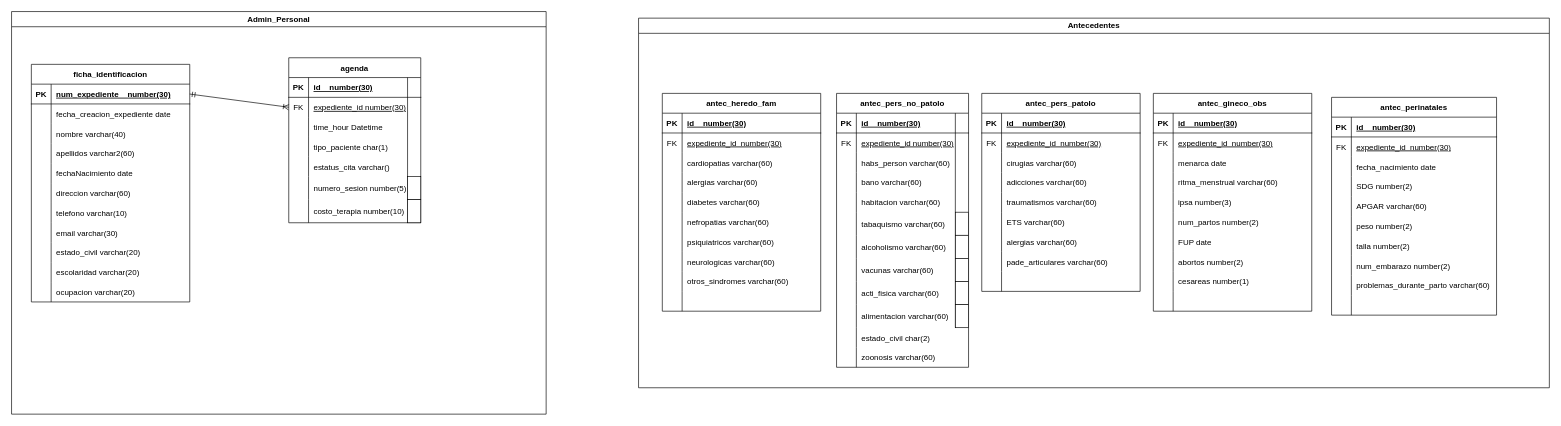
Earlier version of the draw.io diagram diagramas.drawio (amaya7398/sistema-clinico-microservicios). Source tidied: cells renumbered, new cells numbered last; positions are measured from the earlier drawing's top-left corner, leaving out a move shared by most shapes. Both pictures are drawn from the tidied source at 66%, with x=0, y=0 at pixel (11, 11).
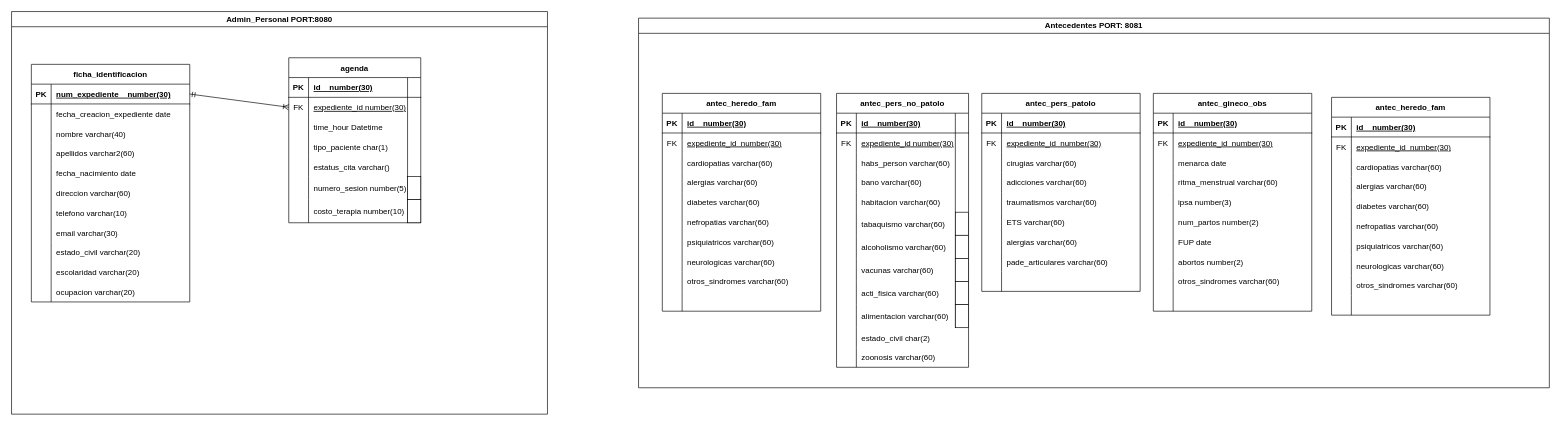
Above is the later version.

The change refers to these unchanged cells:
```xml
<mxCell id="16" style="shape=tableRow;horizontal=0;startSize=0;swimlaneHead=0;swimlaneBody=0;fillColor=none;top=0;left=0;right=0;bottom=0;" parent="3" vertex="1">
  <mxGeometry y="150" width="240" height="30" as="geometry" />
</mxCell>
<mxCell id="220" style="shape=tableRow;horizontal=0;startSize=0;swimlaneHead=0;swimlaneBody=0;fillColor=none;top=0;left=0;right=0;bottom=0;" parent="195" vertex="1">
  <mxGeometry y="270" width="240" height="30" as="geometry" />
</mxCell>
```

Change to the diagram source:
```diff
@@
-    <mxCell id="2" value="Admin_Personal" style="swimlane;whiteSpace=wrap;html=1;" parent="1" vertex="1">
-      <mxGeometry width="810" height="610" as="geometry" />
+    <mxCell id="2" value="Admin_Personal PORT:8080" style="swimlane;whiteSpace=wrap;html=1;" parent="1" vertex="1">
+      <mxGeometry width="812" height="610" as="geometry" />
     </mxCell>
@@
-    <mxCell id="18" value="fechaNacimiento date" style="shape=partialRectangle;fillColor=none;top=0;left=0;bottom=0;right=0;align=left;spacingLeft=6;overflow=hidden;" parent="16" vertex="1">
+    <mxCell id="18" value="fecha_nacimiento date" style="shape=partialRectangle;fillColor=none;top=0;left=0;bottom=0;right=0;align=left;spacingLeft=6;overflow=hidden;" parent="16" vertex="1">
       <mxGeometry x="30" width="210" height="30" as="geometry" />
     </mxCell>
@@
-    <mxCell id="62" value="Antecedentes" style="swimlane;whiteSpace=wrap;html=1;" parent="1" vertex="1">
+    <mxCell id="62" value="Antecedentes PORT: 8081" style="swimlane;whiteSpace=wrap;html=1;" parent="1" vertex="1">
       <mxGeometry x="950" y="10" width="1380" height="560" as="geometry" />
     </mxCell>
@@
-    <mxCell id="164" value="antec_perinatales" style="shape=table;startSize=30;childLayout=tableLayout;rowLines=0;fontStyle=1;align=center;" parent="62" vertex="1">
-      <mxGeometry x="1050" y="120" width="250" height="330" as="geometry" />
+    <mxCell id="164" value="antec_heredo_fam" style="shape=table;startSize=30;childLayout=tableLayout;rowLines=0;fontStyle=1;align=center;" parent="62" vertex="1">
+      <mxGeometry x="1050" y="120" width="240" height="330" as="geometry" />
     </mxCell>
     <mxCell id="165" style="shape=tableRow;horizontal=0;startSize=0;swimlaneHead=0;swimlaneBody=0;fillColor=none;top=0;left=0;right=0;bottom=1;" parent="164" vertex="1">
-      <mxGeometry y="30" width="250" height="30" as="geometry" />
+      <mxGeometry y="30" width="240" height="30" as="geometry" />
     </mxCell>
@@
     <mxCell id="167" value="id    number(30)" style="shape=partialRectangle;fillColor=none;top=0;left=0;bottom=0;right=0;align=left;spacingLeft=6;fontStyle=5;overflow=hidden;" parent="165" vertex="1">
-      <mxGeometry x="30" width="220" height="30" as="geometry" />
+      <mxGeometry x="30" width="210" height="30" as="geometry" />
     </mxCell>
     <mxCell id="168" style="shape=tableRow;horizontal=0;startSize=0;swimlaneHead=0;swimlaneBody=0;fillColor=none;top=0;left=0;right=0;bottom=0;" parent="164" vertex="1">
-      <mxGeometry y="60" width="250" height="30" as="geometry" />
+      <mxGeometry y="60" width="240" height="30" as="geometry" />
     </mxCell>
@@
     <mxCell id="170" value="expediente_id  number(30)" style="shape=partialRectangle;fillColor=none;top=0;left=0;bottom=0;right=0;align=left;spacingLeft=6;overflow=hidden;fontStyle=4;" parent="168" vertex="1">
-      <mxGeometry x="30" width="220" height="30" as="geometry" />
+      <mxGeometry x="30" width="210" height="30" as="geometry" />
     </mxCell>
     <mxCell id="171" style="shape=tableRow;horizontal=0;startSize=0;swimlaneHead=0;swimlaneBody=0;fillColor=none;top=0;left=0;right=0;bottom=0;" parent="164" vertex="1">
-      <mxGeometry y="90" width="250" height="30" as="geometry" />
+      <mxGeometry y="90" width="240" height="30" as="geometry" />
     </mxCell>
@@
-    <mxCell id="173" value="fecha_nacimiento date" style="shape=partialRectangle;fillColor=none;top=0;left=0;bottom=0;right=0;align=left;spacingLeft=6;overflow=hidden;" parent="171" vertex="1">
-      <mxGeometry x="30" width="220" height="30" as="geometry" />
+    <mxCell id="173" value="cardiopatias varchar(60)" style="shape=partialRectangle;fillColor=none;top=0;left=0;bottom=0;right=0;align=left;spacingLeft=6;overflow=hidden;" parent="171" vertex="1">
+      <mxGeometry x="30" width="210" height="30" as="geometry" />
     </mxCell>
     <mxCell id="174" style="shape=tableRow;horizontal=0;startSize=0;swimlaneHead=0;swimlaneBody=0;fillColor=none;top=0;left=0;right=0;bottom=0;" parent="164" vertex="1">
-      <mxGeometry y="120" width="250" height="30" as="geometry" />
+      <mxGeometry y="120" width="240" height="30" as="geometry" />
     </mxCell>
@@
-    <mxCell id="176" value="SDG number(2)" style="shape=partialRectangle;fillColor=none;top=0;left=0;bottom=0;right=0;align=left;spacingLeft=6;overflow=hidden;" parent="174" vertex="1">
-      <mxGeometry x="30" width="220" height="30" as="geometry" />
+    <mxCell id="176" value="alergias varchar(60)" style="shape=partialRectangle;fillColor=none;top=0;left=0;bottom=0;right=0;align=left;spacingLeft=6;overflow=hidden;" parent="174" vertex="1">
+      <mxGeometry x="30" width="210" height="30" as="geometry" />
     </mxCell>
     <mxCell id="177" style="shape=tableRow;horizontal=0;startSize=0;swimlaneHead=0;swimlaneBody=0;fillColor=none;top=0;left=0;right=0;bottom=0;" parent="164" vertex="1">
-      <mxGeometry y="150" width="250" height="30" as="geometry" />
+      <mxGeometry y="150" width="240" height="30" as="geometry" />
     </mxCell>
@@
-    <mxCell id="179" value="APGAR varchar(60)" style="shape=partialRectangle;fillColor=none;top=0;left=0;bottom=0;right=0;align=left;spacingLeft=6;overflow=hidden;" parent="177" vertex="1">
-      <mxGeometry x="30" width="220" height="30" as="geometry" />
+    <mxCell id="179" value="diabetes varchar(60)" style="shape=partialRectangle;fillColor=none;top=0;left=0;bottom=0;right=0;align=left;spacingLeft=6;overflow=hidden;" parent="177" vertex="1">
+      <mxGeometry x="30" width="210" height="30" as="geometry" />
     </mxCell>
     <mxCell id="180" style="shape=tableRow;horizontal=0;startSize=0;swimlaneHead=0;swimlaneBody=0;fillColor=none;top=0;left=0;right=0;bottom=0;" parent="164" vertex="1">
-      <mxGeometry y="180" width="250" height="30" as="geometry" />
+      <mxGeometry y="180" width="240" height="30" as="geometry" />
     </mxCell>
@@
-    <mxCell id="182" value="peso number(2)" style="shape=partialRectangle;fillColor=none;top=0;left=0;bottom=0;right=0;align=left;spacingLeft=6;overflow=hidden;" parent="180" vertex="1">
-      <mxGeometry x="30" width="220" height="30" as="geometry" />
+    <mxCell id="182" value="nefropatias varchar(60)" style="shape=partialRectangle;fillColor=none;top=0;left=0;bottom=0;right=0;align=left;spacingLeft=6;overflow=hidden;" parent="180" vertex="1">
+      <mxGeometry x="30" width="210" height="30" as="geometry" />
     </mxCell>
     <mxCell id="183" style="shape=tableRow;horizontal=0;startSize=0;swimlaneHead=0;swimlaneBody=0;fillColor=none;top=0;left=0;right=0;bottom=0;" parent="164" vertex="1">
-      <mxGeometry y="210" width="250" height="30" as="geometry" />
+      <mxGeometry y="210" width="240" height="30" as="geometry" />
     </mxCell>
@@
-    <mxCell id="185" value="talla number(2)" style="shape=partialRectangle;fillColor=none;top=0;left=0;bottom=0;right=0;align=left;spacingLeft=6;overflow=hidden;fontStyle=0;" parent="183" vertex="1">
-      <mxGeometry x="30" width="220" height="30" as="geometry" />
+    <mxCell id="185" value="psiquiatricos varchar(60)" style="shape=partialRectangle;fillColor=none;top=0;left=0;bottom=0;right=0;align=left;spacingLeft=6;overflow=hidden;fontStyle=0;" parent="183" vertex="1">
+      <mxGeometry x="30" width="210" height="30" as="geometry" />
     </mxCell>
     <mxCell id="186" style="shape=tableRow;horizontal=0;startSize=0;swimlaneHead=0;swimlaneBody=0;fillColor=none;top=0;left=0;right=0;bottom=0;" parent="164" vertex="1">
-      <mxGeometry y="240" width="250" height="30" as="geometry" />
+      <mxGeometry y="240" width="240" height="30" as="geometry" />
     </mxCell>
@@
-    <mxCell id="188" value="num_embarazo number(2)" style="shape=partialRectangle;fillColor=none;top=0;left=0;bottom=0;right=0;align=left;spacingLeft=6;overflow=hidden;fontStyle=0;" parent="186" vertex="1">
-      <mxGeometry x="30" width="220" height="30" as="geometry" />
+    <mxCell id="188" value="neurologicas varchar(60)" style="shape=partialRectangle;fillColor=none;top=0;left=0;bottom=0;right=0;align=left;spacingLeft=6;overflow=hidden;fontStyle=0;" parent="186" vertex="1">
+      <mxGeometry x="30" width="210" height="30" as="geometry" />
     </mxCell>
     <mxCell id="189" style="shape=tableRow;horizontal=0;startSize=0;swimlaneHead=0;swimlaneBody=0;fillColor=none;top=0;left=0;right=0;bottom=0;" parent="164" vertex="1">
-      <mxGeometry y="270" width="250" height="30" as="geometry" />
+      <mxGeometry y="270" width="240" height="30" as="geometry" />
     </mxCell>
@@
-    <mxCell id="191" value="problemas_durante_parto varchar(60)" style="shape=partialRectangle;fillColor=none;top=0;left=0;bottom=0;right=0;align=left;spacingLeft=6;overflow=hidden;fontStyle=0;" parent="189" vertex="1">
-      <mxGeometry x="30" width="220" height="30" as="geometry" />
+    <mxCell id="191" value="otros_sindromes varchar(60)" style="shape=partialRectangle;fillColor=none;top=0;left=0;bottom=0;right=0;align=left;spacingLeft=6;overflow=hidden;fontStyle=0;" parent="189" vertex="1">
+      <mxGeometry x="30" width="210" height="30" as="geometry" />
     </mxCell>
     <mxCell id="192" style="shape=tableRow;horizontal=0;startSize=0;swimlaneHead=0;swimlaneBody=0;fillColor=none;top=0;left=0;right=0;bottom=0;" parent="164" vertex="1">
-      <mxGeometry y="300" width="250" height="30" as="geometry" />
+      <mxGeometry y="300" width="240" height="30" as="geometry" />
     </mxCell>
@@
     <mxCell id="194" style="shape=partialRectangle;fillColor=none;top=0;left=0;bottom=0;right=0;align=left;spacingLeft=6;overflow=hidden;fontStyle=0;" parent="192" vertex="1">
-      <mxGeometry x="30" width="220" height="30" as="geometry" />
+      <mxGeometry x="30" width="210" height="30" as="geometry" />
     </mxCell>
@@
-    <mxCell id="222" value="cesareas number(1)" style="shape=partialRectangle;fillColor=none;top=0;left=0;bottom=0;right=0;align=left;spacingLeft=6;overflow=hidden;fontStyle=0;" parent="220" vertex="1">
+    <mxCell id="222" value="otros_sindromes varchar(60)" style="shape=partialRectangle;fillColor=none;top=0;left=0;bottom=0;right=0;align=left;spacingLeft=6;overflow=hidden;fontStyle=0;" parent="220" vertex="1">
       <mxGeometry x="30" width="210" height="30" as="geometry" />
     </mxCell>
```
